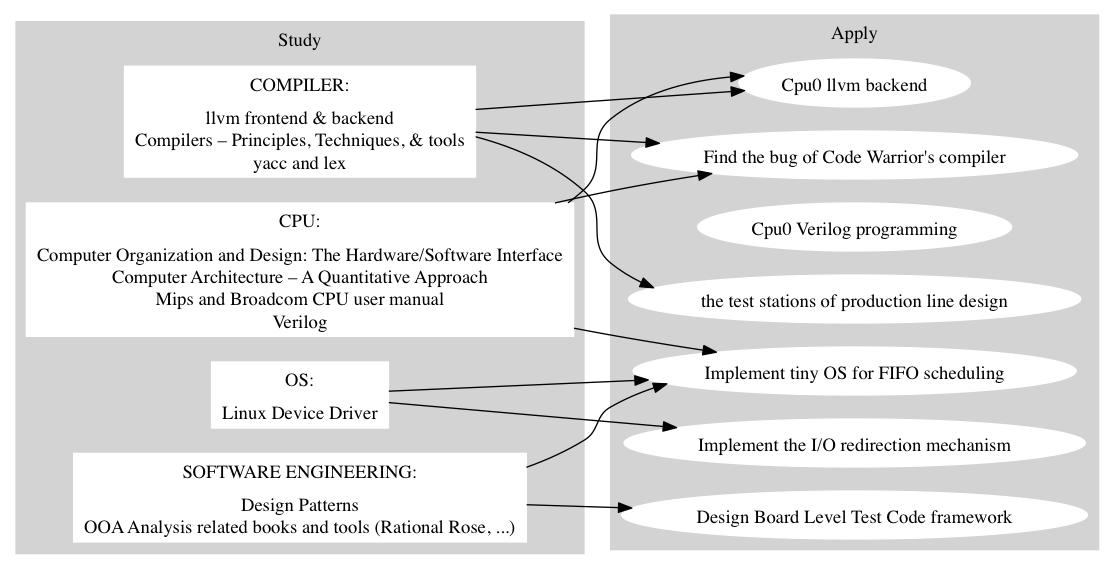
This is images/study_and_apply.png from Jonathan2251/ws, a Graphviz export, as it was before one commit. Its source is kept beside it as images/study_and_apply.gv.
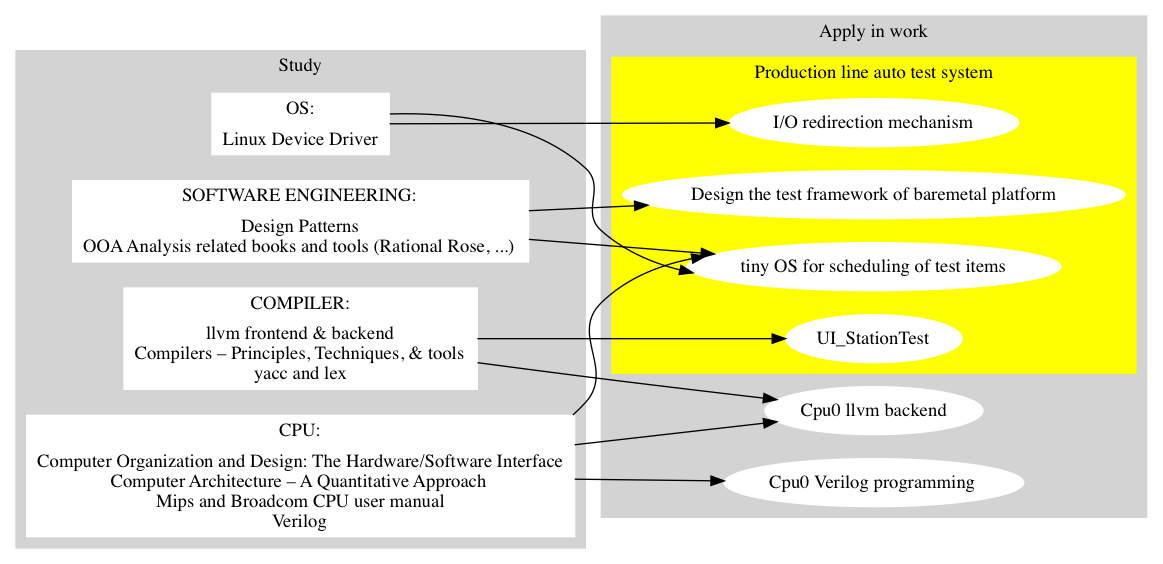
Above is the later version.

What changed in the source:
```diff
@@ -14,20 +14,22 @@
   subgraph cluster_1 {
     style=filled;
     color=lightgrey;
-    label = "Apply";
-    node [style=filled,color=white]; codewarrior [label="Find the bug of Code Warrior's compiler"];
-    node [style=filled,color=white]; tinyos [label="Implement tiny OS for FIFO scheduling"];
+    label = "Apply in work";
     node [style=filled,color=white]; verilog [label="Cpu0 Verilog programming"];
     node [style=filled,color=white]; backend [label="Cpu0 llvm backend"];
-    node [style=filled,color=white]; teststation [label="the test stations of production line design"];
-    node [style=filled,color=white]; io [label="Implement the I/O redirection mechanism"];
-    node [style=filled,color=white]; bltc [label="Design Board Level Test Code framework"];
+    subgraph cluster_1_1 {
+      color=yellow;
+      label = "Production line auto test system";
+      node [style=filled,color=white]; tinyos [label="tiny OS for scheduling of test items"];
+      node [style=filled,color=white]; teststation [label="UI_StationTest"];
+      node [style=filled,color=white]; io [label="I/O redirection mechanism"];
+      node [style=filled,color=white]; bltc [label="Design the test framework of baremetal platform"];
+    }
   }
-  CPU -> codewarrior;
+  CPU -> verilog;
   CPU -> tinyos;
   CPU -> backend;
   COMPILER -> backend;
-  COMPILER -> codewarrior;
   COMPILER -> teststation;
   OS -> tinyos;
   OS -> io;
```
